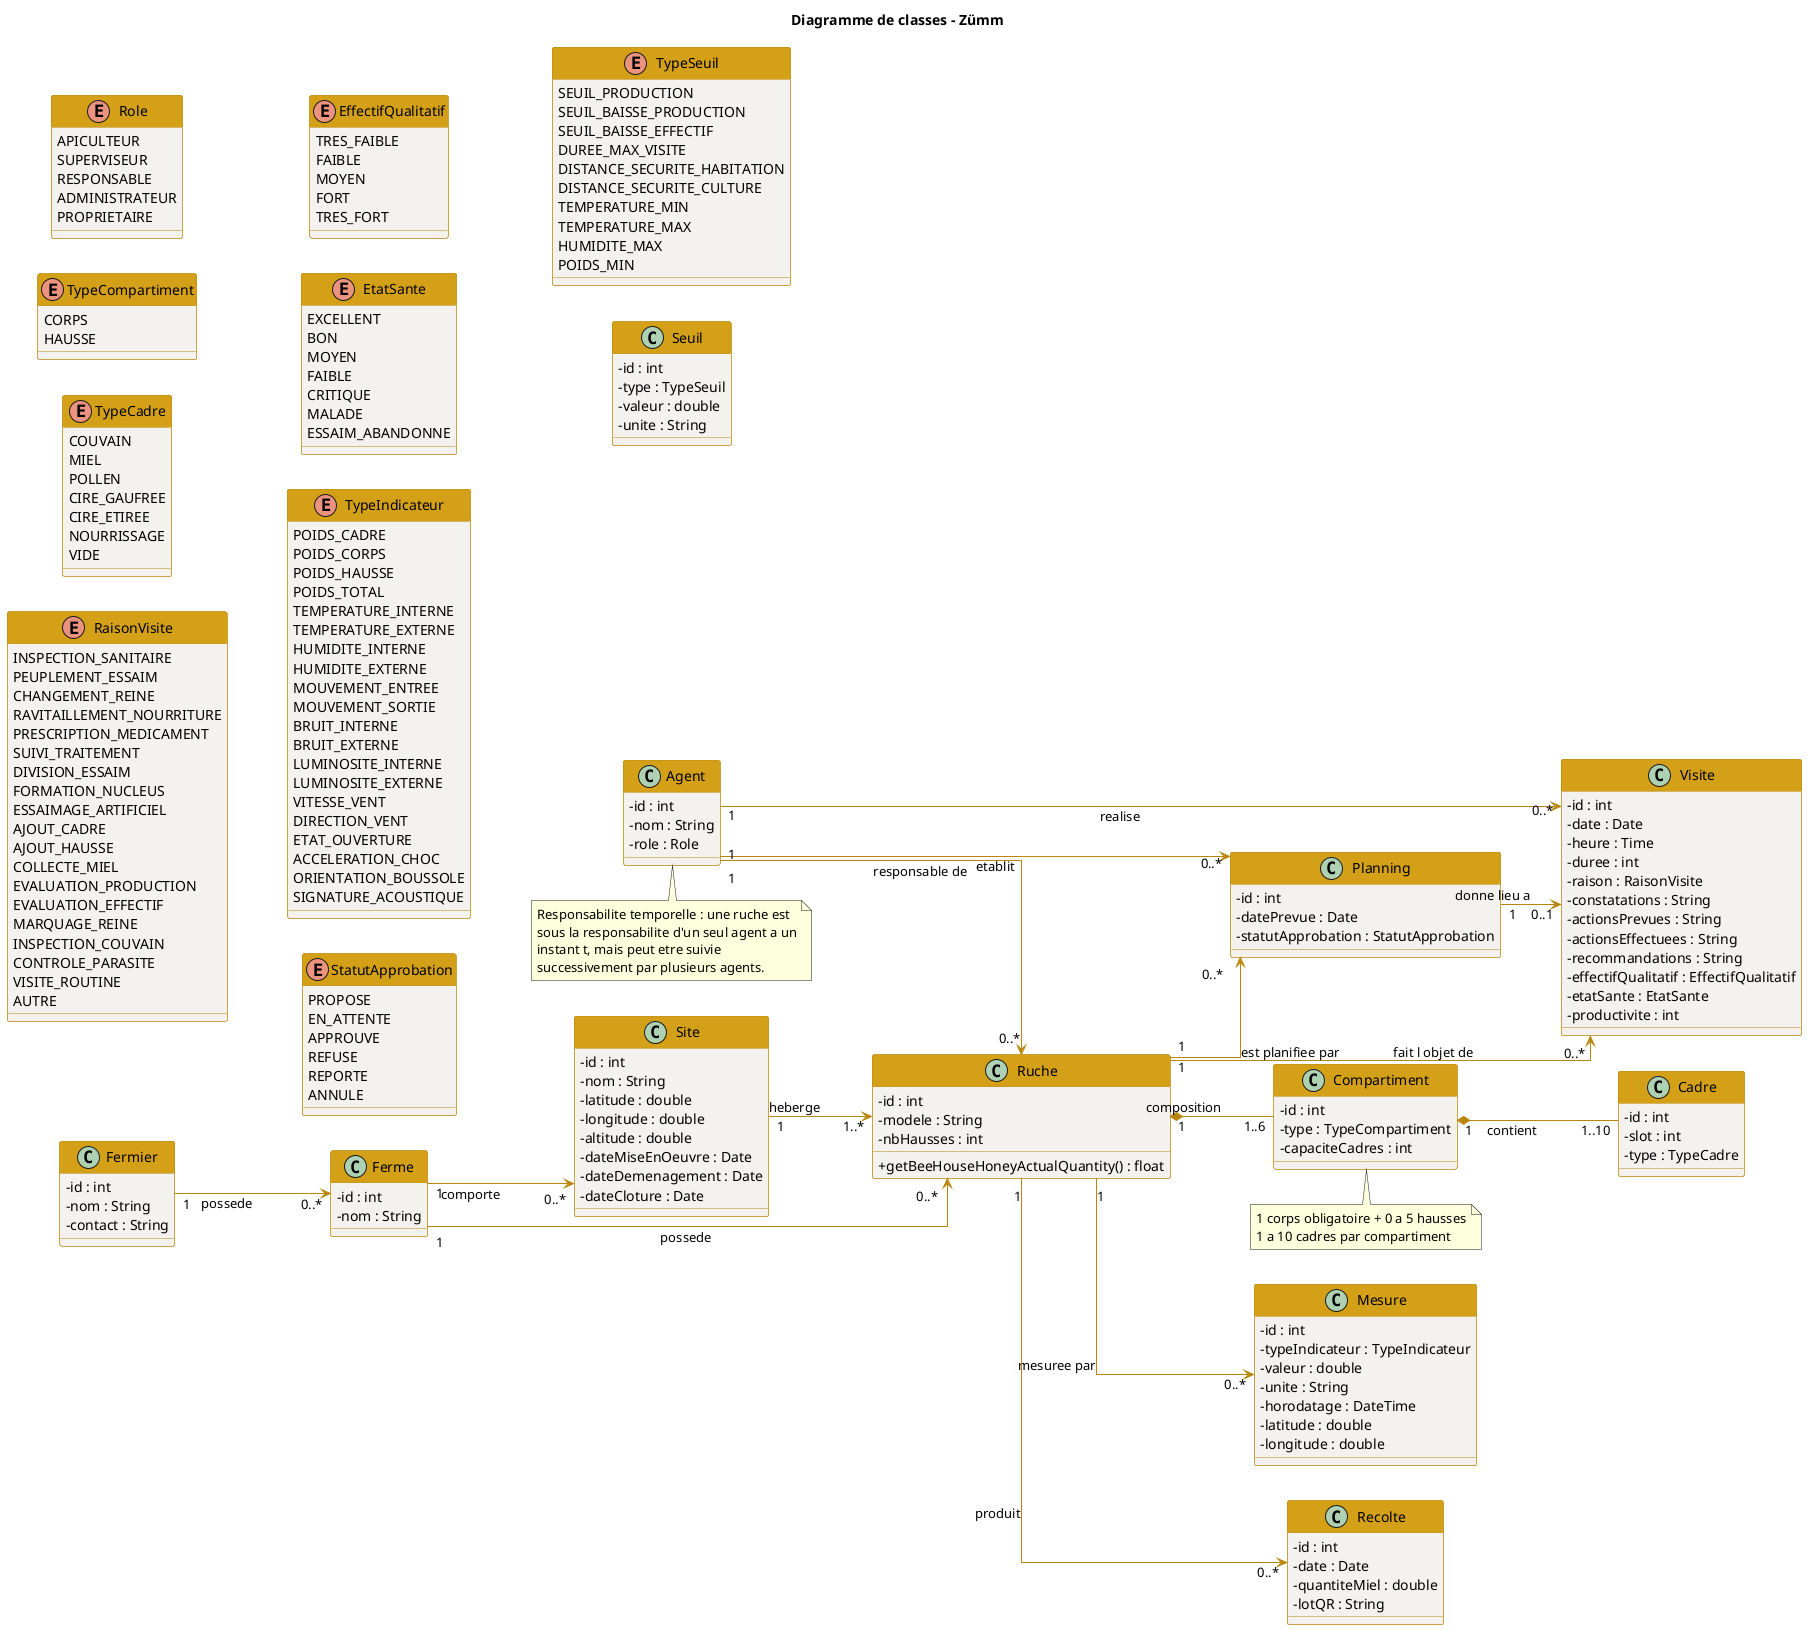
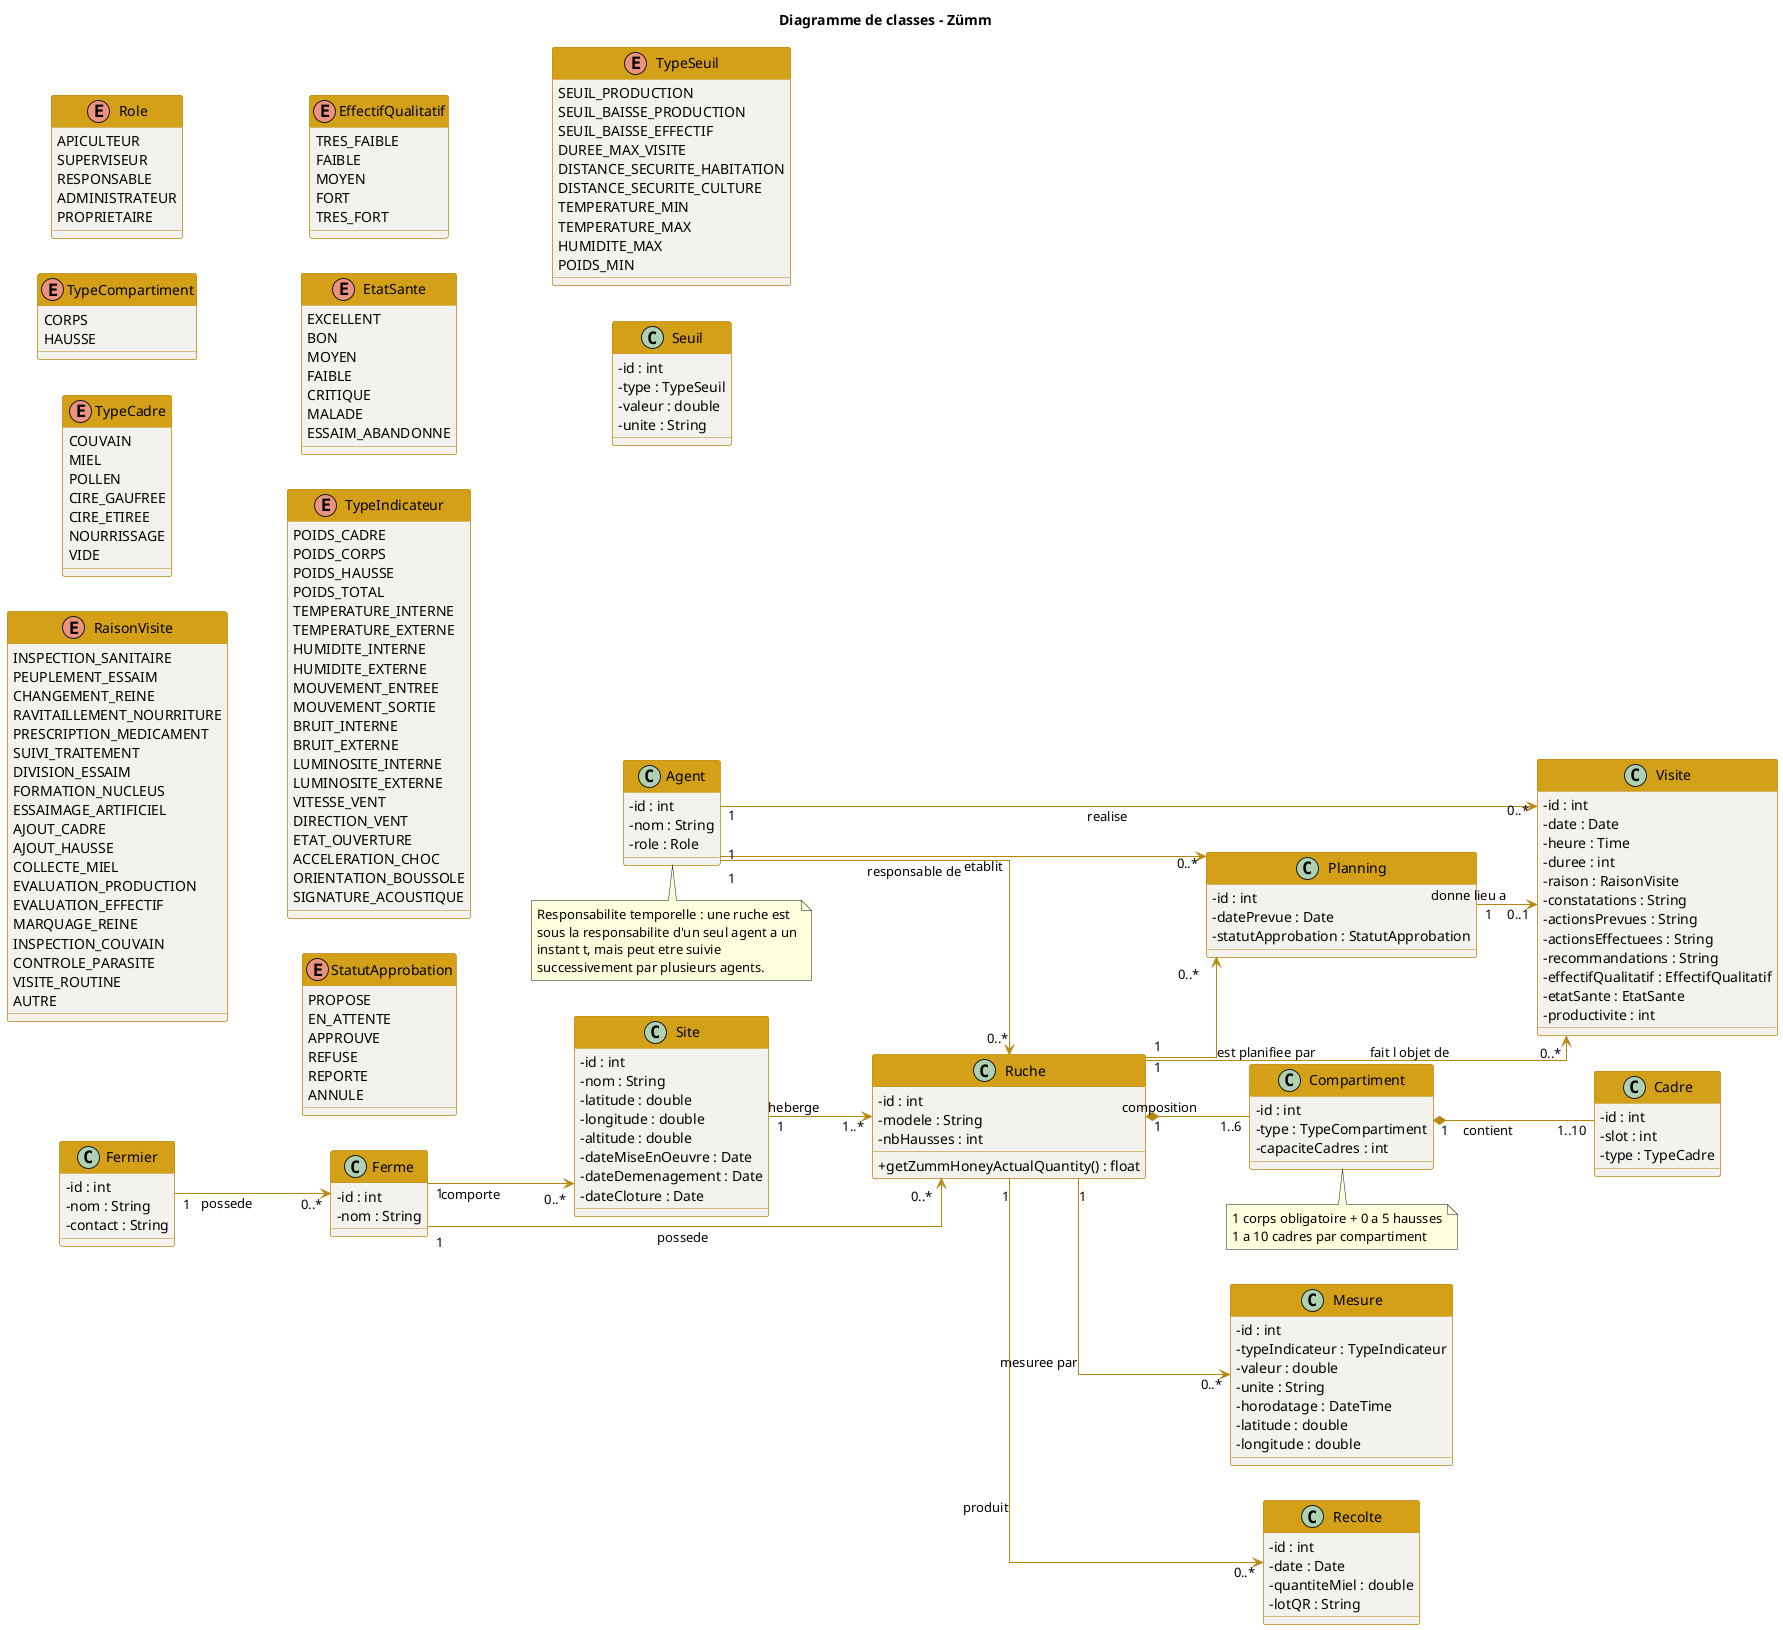
@startuml diagramme_classes
' Diagramme de classes - Zümm
' Alignement horizontal
left to right direction
skinparam linetype ortho
skinparam shadowing false
skinparam classAttributeIconSize 0
skinparam class {
  BackgroundColor #F3F2EE
  BorderColor #B8860B
  ArrowColor #B8860B
  HeaderBackgroundColor #D4A017
}
title Diagramme de classes - Zümm

enum Role {
  APICULTEUR
  SUPERVISEUR
  RESPONSABLE
  ADMINISTRATEUR
  PROPRIETAIRE
}

enum TypeCompartiment {
  CORPS
  HAUSSE
}

enum TypeCadre {
  COUVAIN
  MIEL
  POLLEN
  CIRE_GAUFREE
  CIRE_ETIREE
  NOURRISSAGE
  VIDE
}

enum RaisonVisite {
  INSPECTION_SANITAIRE
  PEUPLEMENT_ESSAIM
  CHANGEMENT_REINE
  RAVITAILLEMENT_NOURRITURE
  PRESCRIPTION_MEDICAMENT
  SUIVI_TRAITEMENT
  DIVISION_ESSAIM
  FORMATION_NUCLEUS
  ESSAIMAGE_ARTIFICIEL
  AJOUT_CADRE
  AJOUT_HAUSSE
  COLLECTE_MIEL
  EVALUATION_PRODUCTION
  EVALUATION_EFFECTIF
  MARQUAGE_REINE
  INSPECTION_COUVAIN
  CONTROLE_PARASITE
  VISITE_ROUTINE
  AUTRE
}

enum EffectifQualitatif {
  TRES_FAIBLE
  FAIBLE
  MOYEN
  FORT
  TRES_FORT
}

enum EtatSante {
  EXCELLENT
  BON
  MOYEN
  FAIBLE
  CRITIQUE
  MALADE
  ESSAIM_ABANDONNE
}

enum TypeIndicateur {
  POIDS_CADRE
  POIDS_CORPS
  POIDS_HAUSSE
  POIDS_TOTAL
  TEMPERATURE_INTERNE
  TEMPERATURE_EXTERNE
  HUMIDITE_INTERNE
  HUMIDITE_EXTERNE
  MOUVEMENT_ENTREE
  MOUVEMENT_SORTIE
  BRUIT_INTERNE
  BRUIT_EXTERNE
  LUMINOSITE_INTERNE
  LUMINOSITE_EXTERNE
  VITESSE_VENT
  DIRECTION_VENT
  ETAT_OUVERTURE
  ACCELERATION_CHOC
  ORIENTATION_BOUSSOLE
  SIGNATURE_ACOUSTIQUE
}

enum StatutApprobation {
  PROPOSE
  EN_ATTENTE
  APPROUVE
  REFUSE
  REPORTE
  ANNULE
}

enum TypeSeuil {
  SEUIL_PRODUCTION
  SEUIL_BAISSE_PRODUCTION
  SEUIL_BAISSE_EFFECTIF
  DUREE_MAX_VISITE
  DISTANCE_SECURITE_HABITATION
  DISTANCE_SECURITE_CULTURE
  TEMPERATURE_MIN
  TEMPERATURE_MAX
  HUMIDITE_MAX
  POIDS_MIN
}

class Fermier {
  -id : int
  -nom : String
  -contact : String
}

class Ferme {
  -id : int
  -nom : String
}

class Site {
  -id : int
  -nom : String
  -latitude : double
  -longitude : double
  -altitude : double
  -dateMiseEnOeuvre : Date
  -dateDemenagement : Date
  -dateCloture : Date
}

class Ruche {
  -id : int
  -modele : String
  -nbHausses : int
-   +getBeeHouseHoneyActualQuantity() : float
+   +getZummHoneyActualQuantity() : float
}

class Compartiment {
  -id : int
  -type : TypeCompartiment
  -capaciteCadres : int
}

class Cadre {
  -id : int
  -slot : int
  -type : TypeCadre
}

class Agent {
  -id : int
  -nom : String
  -role : Role
}

class Planning {
  -id : int
  -datePrevue : Date
  -statutApprobation : StatutApprobation
}

class Visite {
  -id : int
  -date : Date
  -heure : Time
  -duree : int
  -raison : RaisonVisite
  -constatations : String
  -actionsPrevues : String
  -actionsEffectuees : String
  -recommandations : String
  -effectifQualitatif : EffectifQualitatif
  -etatSante : EtatSante
  -productivite : int
}

class Mesure {
  -id : int
  -typeIndicateur : TypeIndicateur
  -valeur : double
  -unite : String
  -horodatage : DateTime
  -latitude : double
  -longitude : double
}

class Recolte {
  -id : int
  -date : Date
  -quantiteMiel : double
  -lotQR : String
}

class Seuil {
  -id : int
  -type : TypeSeuil
  -valeur : double
  -unite : String
}

Fermier "1" --> "0..*" Ferme : possede
Ferme "1" --> "0..*" Site : comporte
' Emplacement physique : un site peut heberger des ruches de fermes differentes
Site "1" --> "1..*" Ruche : heberge
' Propriete : distincte de l'emplacement (une ruche appartient a une ferme)
Ferme "1" --> "0..*" Ruche : possede
Ruche "1" *-- "1..6" Compartiment : composition
Compartiment "1" *-- "1..10" Cadre : contient
Agent "1" --> "0..*" Ruche : responsable de
Ruche "1" --> "0..*" Visite : fait l objet de
Agent "1" --> "0..*" Visite : realise
Ruche "1" --> "0..*" Planning : est planifiee par
Agent "1" --> "0..*" Planning : etablit
Planning "1" --> "0..1" Visite : donne lieu a
Ruche "1" --> "0..*" Mesure : mesuree par
Ruche "1" --> "0..*" Recolte : produit

note bottom of Compartiment
  1 corps obligatoire + 0 a 5 hausses
  1 a 10 cadres par compartiment
end note

note bottom of Agent
  Responsabilite temporelle : une ruche est
  sous la responsabilite d'un seul agent a un
  instant t, mais peut etre suivie
  successivement par plusieurs agents.
end note

@enduml
